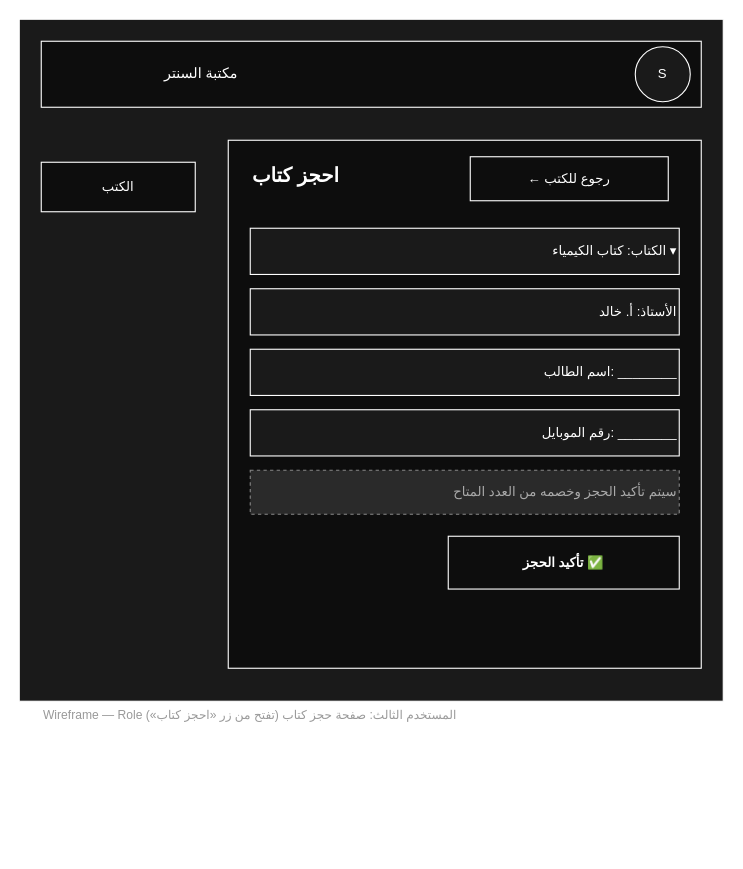
The draw.io diagram page "2-احجز كتاب" (2 of 2) of draws/books-store-role3.drawio in HossamAbdalhakeem/performance-v2, before the edit. Source tidied: cells renumbered, new cells numbered last; positions are measured from the earlier drawing's top-left corner, leaving out a move shared by most shapes. Both pictures are drawn from the tidied source at 110%, with x=0, y=0 at pixel (19, 19).
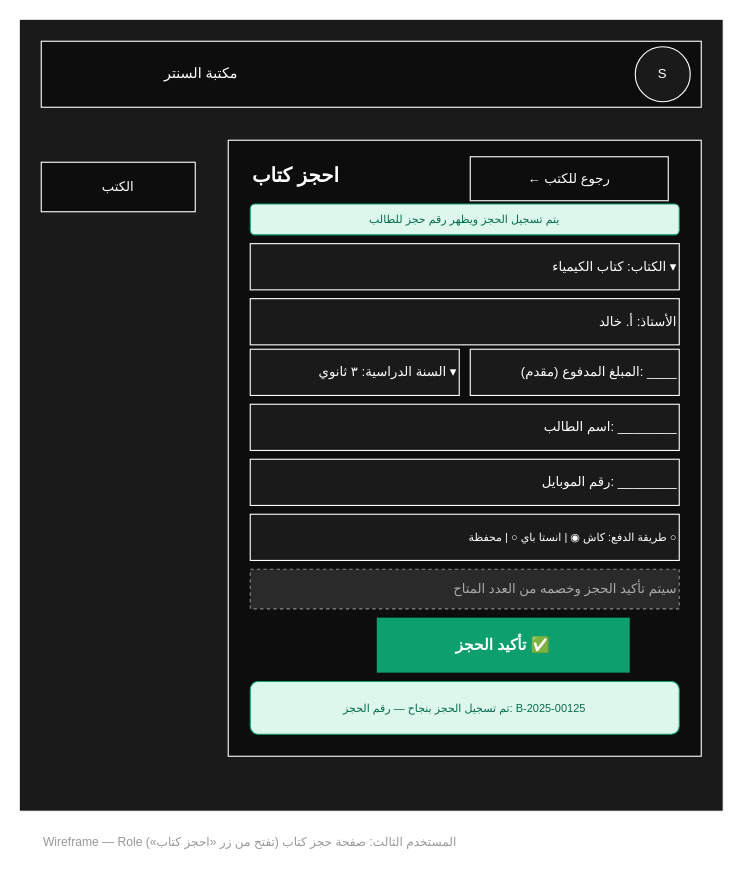
The same diagram, later.

Change to the diagram source:
```diff
@@
     <mxCell id="2" style="whiteSpace=wrap;html=1;fillColor=#1A1A1A;strokeColor=#FFFFFF;fontColor=#FFFFFF;rounded=0;" parent="1" vertex="1">
-      <mxGeometry width="640" height="620" as="geometry" />
+      <mxGeometry width="640" height="720" as="geometry" />
     </mxCell>
@@
     <mxCell id="7" style="whiteSpace=wrap;html=1;fillColor=#0D0D0D;strokeColor=#FFFFFF;rounded=0;" parent="1" vertex="1">
-      <mxGeometry x="190" y="110" width="430" height="480" as="geometry" />
+      <mxGeometry x="190" y="110" width="430" height="560" as="geometry" />
     </mxCell>
@@
+    <mxCell id="17" value="يتم تسجيل الحجز ويظهر رقم حجز للطالب" style="whiteSpace=wrap;html=1;fillColor=#DEF7EC;strokeColor=#0E9F6E;fontColor=#046C4E;fontSize=10;rounded=1;align=center;" parent="1" vertex="1">
+      <mxGeometry x="210" y="168" width="390" height="28" as="geometry" />
+    </mxCell>
     <mxCell id="10" value="الكتاب: كتاب الكيمياء ▾" style="whiteSpace=wrap;html=1;fillColor=#1A1A1A;strokeColor=#FFFFFF;fontColor=#FFFFFF;align=right;" parent="1" vertex="1">
-      <mxGeometry x="210" y="190" width="390" height="42" as="geometry" />
+      <mxGeometry x="210" y="204" width="390" height="42" as="geometry" />
     </mxCell>
     <mxCell id="11" value="الأستاذ: أ. خالد" style="whiteSpace=wrap;html=1;fillColor=#1A1A1A;strokeColor=#FFFFFF;fontColor=#FFFFFF;align=right;" parent="1" vertex="1">
-      <mxGeometry x="210" y="245" width="390" height="42" as="geometry" />
+      <mxGeometry x="210" y="254" width="390" height="42" as="geometry" />
     </mxCell>
+    <mxCell id="18" value="السنة الدراسية: ٣ ثانوي ▾" style="whiteSpace=wrap;html=1;fillColor=#1A1A1A;strokeColor=#FFFFFF;fontColor=#FFFFFF;align=right;" parent="1" vertex="1">
+      <mxGeometry x="210" y="300" width="190" height="42" as="geometry" />
+    </mxCell>
+    <mxCell id="19" value="المبلغ المدفوع (مقدم): ____" style="whiteSpace=wrap;html=1;fillColor=#1A1A1A;strokeColor=#FFFFFF;fontColor=#FFFFFF;align=right;" parent="1" vertex="1">
+      <mxGeometry x="410" y="300" width="190" height="42" as="geometry" />
+    </mxCell>
     <mxCell id="12" value="اسم الطالب: ________" style="whiteSpace=wrap;html=1;fillColor=#1A1A1A;strokeColor=#FFFFFF;fontColor=#FFFFFF;align=right;" parent="1" vertex="1">
-      <mxGeometry x="210" y="300" width="390" height="42" as="geometry" />
+      <mxGeometry x="210" y="350" width="390" height="42" as="geometry" />
     </mxCell>
     <mxCell id="13" value="رقم الموبايل: ________" style="whiteSpace=wrap;html=1;fillColor=#1A1A1A;strokeColor=#FFFFFF;fontColor=#FFFFFF;align=right;" parent="1" vertex="1">
-      <mxGeometry x="210" y="355" width="390" height="42" as="geometry" />
+      <mxGeometry x="210" y="400" width="390" height="42" as="geometry" />
     </mxCell>
+    <mxCell id="20" value="طريقة الدفع: كاش ◉ | انستا باي ○ | محفظة ○" style="whiteSpace=wrap;html=1;fillColor=#1A1A1A;strokeColor=#FFFFFF;fontColor=#FFFFFF;fontSize=10;align=right;" parent="1" vertex="1">
+      <mxGeometry x="210" y="450" width="390" height="42" as="geometry" />
+    </mxCell>
     <mxCell id="14" value="سيتم تأكيد الحجز وخصمه من العدد المتاح" style="whiteSpace=wrap;html=1;fillColor=#2A2A2A;strokeColor=#888888;fontColor=#AAAAAA;dashed=1;align=right;" parent="1" vertex="1">
-      <mxGeometry x="210" y="410" width="390" height="40" as="geometry" />
+      <mxGeometry x="210" y="500" width="390" height="36" as="geometry" />
     </mxCell>
-    <mxCell id="15" value="تأكيد الحجز ✅" style="whiteSpace=wrap;html=1;fillColor=#0D0D0D;strokeColor=#FFFFFF;fontColor=#FFFFFF;fontStyle=1;" parent="1" vertex="1">
-      <mxGeometry x="390" y="470" width="210" height="48" as="geometry" />
+    <mxCell id="15" value="تأكيد الحجز ✅" style="whiteSpace=wrap;html=1;fillColor=#0E9F6E;strokeColor=none;fontColor=#FFFFFF;fontStyle=1;fontSize=14;" parent="1" vertex="1">
+      <mxGeometry x="325" y="544" width="230" height="50" as="geometry" />
     </mxCell>
+    <mxCell id="21" value="تم تسجيل الحجز بنجاح — رقم الحجز: B-2025-00125" style="whiteSpace=wrap;html=1;fillColor=#DEF7EC;strokeColor=#0E9F6E;fontColor=#046C4E;fontSize=10;rounded=1;align=center;" parent="1" vertex="1">
+      <mxGeometry x="210" y="602" width="390" height="48" as="geometry" />
+    </mxCell>
     <mxCell id="16" value="Wireframe — Role المستخدم الثالث: صفحة حجز كتاب (تفتح من زر «احجز كتاب»)" style="text;html=1;fontColor=#999999;fontSize=11;align=left;" parent="1" vertex="1">
-      <mxGeometry x="20" y="620" width="450" height="20" as="geometry" />
+      <mxGeometry x="20" y="735" width="450" height="20" as="geometry" />
     </mxCell>
```
